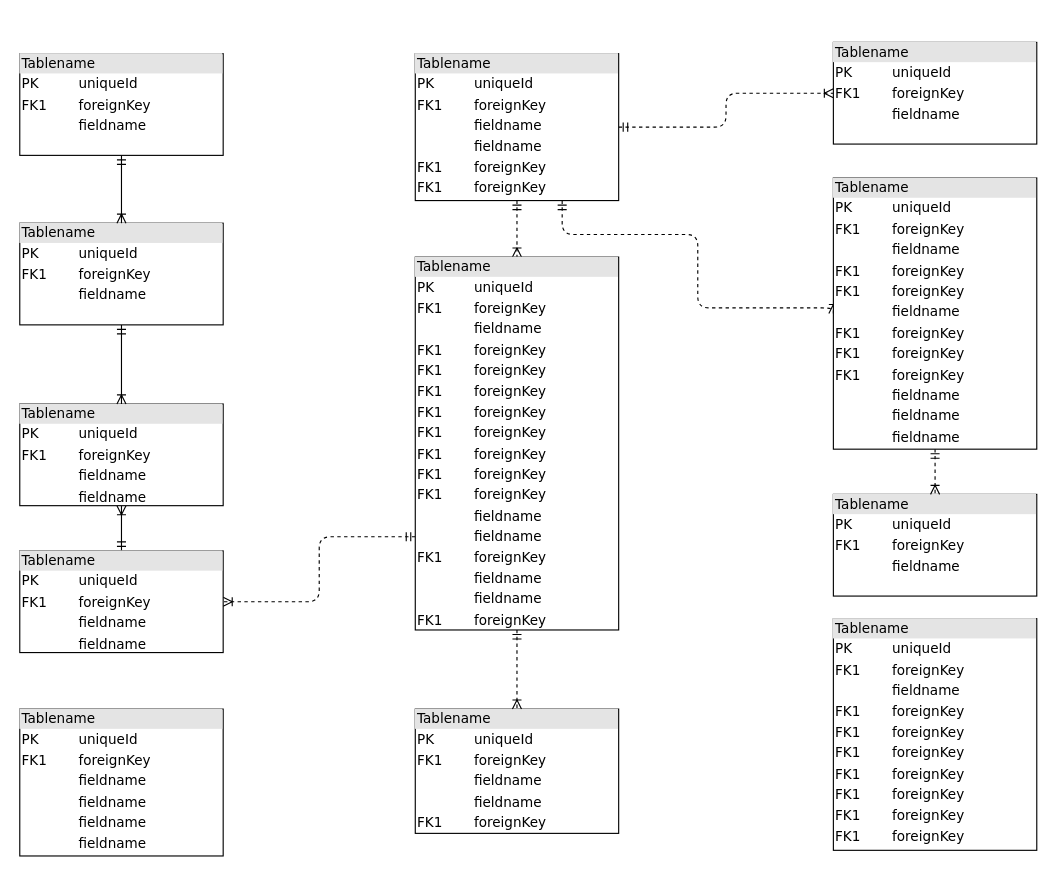
This is Untitled Diagram.drawio from nummy/blog, a draw.io file, before an edit. Source tidied: cells renumbered, new cells numbered last; positions are measured from the earlier drawing's top-left corner, leaving out a move shared by most shapes. Both pictures are drawn from the tidied source at 113%, with x=0, y=0 at pixel (19, 42).
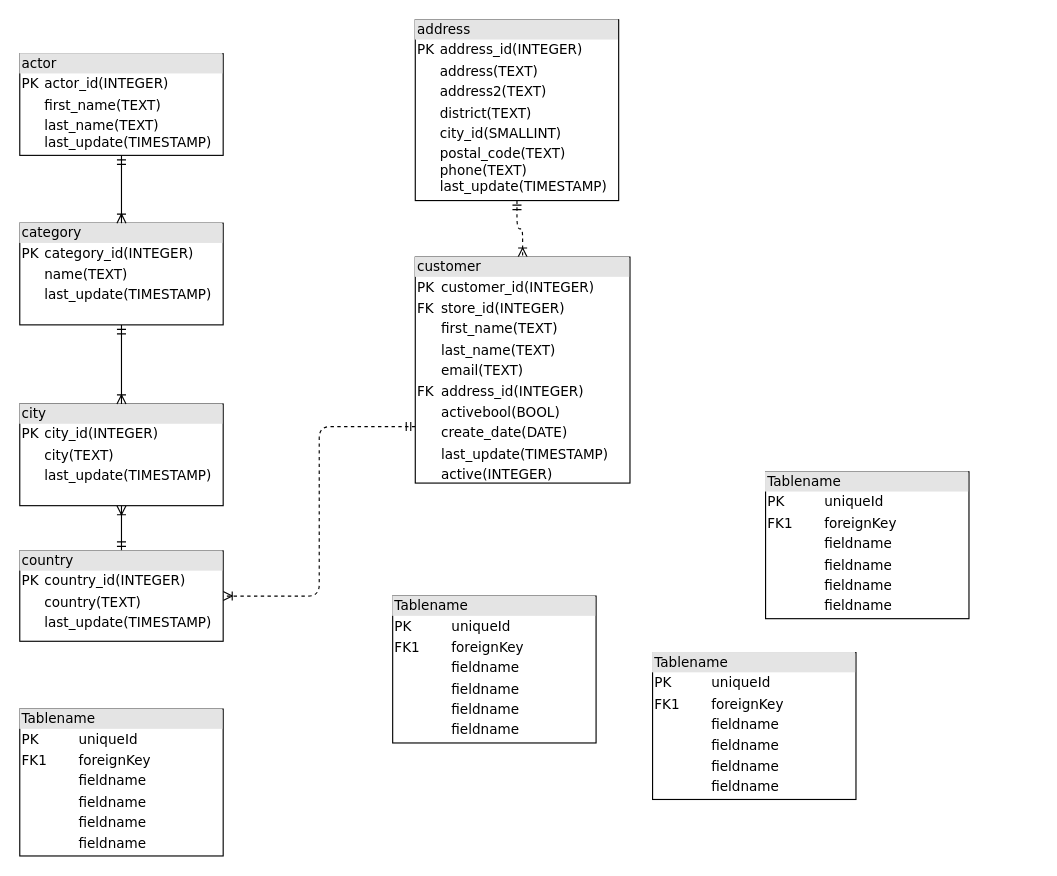
The same diagram, later.

Diff of the diagram source:
```diff
@@
-    <mxCell id="2" value="&lt;div style=&quot;box-sizing:border-box;width:100%;background:#e4e4e4;padding:2px;&quot;&gt;Tablename&lt;/div&gt;&lt;table style=&quot;width:100%;font-size:1em;&quot; cellpadding=&quot;2&quot; cellspacing=&quot;0&quot;&gt;&lt;tr&gt;&lt;td&gt;PK&lt;/td&gt;&lt;td&gt;uniqueId&lt;/td&gt;&lt;/tr&gt;&lt;tr&gt;&lt;td&gt;FK1&lt;/td&gt;&lt;td&gt;foreignKey&lt;/td&gt;&lt;/tr&gt;&lt;tr&gt;&lt;td&gt;&lt;/td&gt;&lt;td&gt;fieldname&lt;/td&gt;&lt;/tr&gt;&lt;/table&gt;" style="verticalAlign=top;align=left;overflow=fill;html=1;rounded=0;shadow=0;comic=0;labelBackgroundColor=none;strokeWidth=1;fontFamily=Verdana;fontSize=12;" parent="1" vertex="1">
+    <mxCell id="2" value="&lt;div style=&quot;box-sizing: border-box ; width: 100% ; background: #e4e4e4 ; padding: 2px&quot;&gt;actor&lt;/div&gt;&lt;table style=&quot;width: 100% ; font-size: 1em&quot; cellpadding=&quot;2&quot; cellspacing=&quot;0&quot;&gt;&lt;tbody&gt;&lt;tr&gt;&lt;td&gt;PK&lt;/td&gt;&lt;td&gt;actor_id(INTEGER)&lt;/td&gt;&lt;/tr&gt;&lt;tr&gt;&lt;td&gt;&lt;br&gt;&lt;/td&gt;&lt;td&gt;first_name(TEXT)&lt;/td&gt;&lt;/tr&gt;&lt;tr&gt;&lt;td&gt;&lt;/td&gt;&lt;td&gt;last_name(TEXT)&lt;br&gt;last_update(TIMESTAMP)&lt;/td&gt;&lt;/tr&gt;&lt;/tbody&gt;&lt;/table&gt;" style="verticalAlign=top;align=left;overflow=fill;html=1;rounded=0;shadow=0;comic=0;labelBackgroundColor=none;strokeWidth=1;fontFamily=Verdana;fontSize=12;" parent="1" vertex="1">
       <mxGeometry y="10" width="180" height="90" as="geometry" />
     </mxCell>
@@
-    <mxCell id="4" style="edgeStyle=orthogonalEdgeStyle;html=1;dashed=1;labelBackgroundColor=none;startArrow=ERmandOne;endArrow=ERoneToMany;fontFamily=Verdana;fontSize=12;align=left;entryX=0;entryY=0.5;" parent="1" edge="1" source="6" target="19">
-      <mxGeometry relative="1" as="geometry">
-        <Array as="points">
-          <mxPoint x="480" y="170" />
-          <mxPoint x="600" y="170" />
-          <mxPoint x="600" y="235" />
-        </Array>
-      </mxGeometry>
-    </mxCell>
-    <mxCell id="5" style="edgeStyle=orthogonalEdgeStyle;html=1;dashed=1;labelBackgroundColor=none;startArrow=ERmandOne;endArrow=ERoneToMany;fontFamily=Verdana;fontSize=12;align=left;" parent="1" edge="1" source="6" target="20">
-      <mxGeometry relative="1" as="geometry" />
-    </mxCell>
-    <mxCell id="6" value="&lt;div style=&quot;box-sizing: border-box ; width: 100% ; background: #e4e4e4 ; padding: 2px&quot;&gt;Tablename&lt;/div&gt;&lt;table style=&quot;width: 100% ; font-size: 1em&quot; cellpadding=&quot;2&quot; cellspacing=&quot;0&quot;&gt;&lt;tbody&gt;&lt;tr&gt;&lt;td&gt;PK&lt;/td&gt;&lt;td&gt;uniqueId&lt;/td&gt;&lt;/tr&gt;&lt;tr&gt;&lt;td&gt;FK1&lt;/td&gt;&lt;td&gt;foreignKey&lt;/td&gt;&lt;/tr&gt;&lt;tr&gt;&lt;td&gt;&lt;/td&gt;&lt;td&gt;fieldname&lt;/td&gt;&lt;/tr&gt;&lt;tr&gt;&lt;td&gt;&lt;br&gt;&lt;/td&gt;&lt;td&gt;fieldname&lt;br&gt;&lt;/td&gt;&lt;/tr&gt;&lt;tr&gt;&lt;td&gt;FK1&lt;br&gt;&lt;/td&gt;&lt;td&gt;foreignKey&lt;br&gt;&lt;/td&gt;&lt;/tr&gt;&lt;tr&gt;&lt;td&gt;FK1&lt;br&gt;&lt;/td&gt;&lt;td&gt;foreignKey&lt;br&gt;&lt;/td&gt;&lt;/tr&gt;&lt;/tbody&gt;&lt;/table&gt;" style="verticalAlign=top;align=left;overflow=fill;html=1;rounded=0;shadow=0;comic=0;labelBackgroundColor=none;strokeWidth=1;fontFamily=Verdana;fontSize=12;" parent="1" vertex="1">
-      <mxGeometry x="350" y="10" width="180" height="130" as="geometry" />
+    <mxCell id="6" value="&lt;div style=&quot;box-sizing: border-box ; width: 100% ; background: #e4e4e4 ; padding: 2px&quot;&gt;address&lt;/div&gt;&lt;table style=&quot;width: 100% ; font-size: 1em&quot; cellpadding=&quot;2&quot; cellspacing=&quot;0&quot;&gt;&lt;tbody&gt;&lt;tr&gt;&lt;td&gt;PK&lt;/td&gt;&lt;td&gt;address_id(INTEGER)&lt;/td&gt;&lt;/tr&gt;&lt;tr&gt;&lt;td&gt;&lt;br&gt;&lt;/td&gt;&lt;td&gt;address(TEXT)&lt;/td&gt;&lt;/tr&gt;&lt;tr&gt;&lt;td&gt;&lt;/td&gt;&lt;td&gt;address2(TEXT)&lt;/td&gt;&lt;/tr&gt;&lt;tr&gt;&lt;td&gt;&lt;br&gt;&lt;/td&gt;&lt;td&gt;district(TEXT)&lt;br&gt;&lt;/td&gt;&lt;/tr&gt;&lt;tr&gt;&lt;td&gt;&lt;br&gt;&lt;/td&gt;&lt;td&gt;city_id(SMALLINT)&lt;/td&gt;&lt;/tr&gt;&lt;tr&gt;&lt;td&gt;&lt;br&gt;&lt;/td&gt;&lt;td&gt;postal_code(TEXT)&lt;br&gt;phone(TEXT)&lt;br&gt;last_update(TIMESTAMP)&lt;/td&gt;&lt;/tr&gt;&lt;/tbody&gt;&lt;/table&gt;" style="verticalAlign=top;align=left;overflow=fill;html=1;rounded=0;shadow=0;comic=0;labelBackgroundColor=none;strokeWidth=1;fontFamily=Verdana;fontSize=12;" parent="1" vertex="1">
+      <mxGeometry x="350" y="-20" width="180" height="160" as="geometry" />
     </mxCell>
@@
-    <mxCell id="9" value="&lt;div style=&quot;box-sizing: border-box ; width: 100% ; background: #e4e4e4 ; padding: 2px&quot;&gt;Tablename&lt;/div&gt;&lt;table style=&quot;width: 100% ; font-size: 1em&quot; cellpadding=&quot;2&quot; cellspacing=&quot;0&quot;&gt;&lt;tbody&gt;&lt;tr&gt;&lt;td&gt;PK&lt;/td&gt;&lt;td&gt;uniqueId&lt;/td&gt;&lt;/tr&gt;&lt;tr&gt;&lt;td&gt;FK1&lt;/td&gt;&lt;td&gt;foreignKey&lt;/td&gt;&lt;/tr&gt;&lt;tr&gt;&lt;td&gt;&lt;/td&gt;&lt;td&gt;fieldname&lt;/td&gt;&lt;/tr&gt;&lt;tr&gt;&lt;td&gt;&lt;br&gt;&lt;/td&gt;&lt;td&gt;fieldname&lt;br&gt;&lt;/td&gt;&lt;/tr&gt;&lt;/tbody&gt;&lt;/table&gt;" style="verticalAlign=top;align=left;overflow=fill;html=1;rounded=0;shadow=0;comic=0;labelBackgroundColor=none;strokeWidth=1;fontFamily=Verdana;fontSize=12;" parent="1" vertex="1">
-      <mxGeometry y="450" width="180" height="90" as="geometry" />
+    <mxCell id="9" value="&lt;div style=&quot;box-sizing: border-box ; width: 100% ; background: #e4e4e4 ; padding: 2px&quot;&gt;country&lt;/div&gt;&lt;table style=&quot;width: 100% ; font-size: 1em&quot; cellpadding=&quot;2&quot; cellspacing=&quot;0&quot;&gt;&lt;tbody&gt;&lt;tr&gt;&lt;td&gt;PK&lt;/td&gt;&lt;td&gt;country_id(INTEGER)&lt;/td&gt;&lt;/tr&gt;&lt;tr&gt;&lt;td&gt;&lt;br&gt;&lt;/td&gt;&lt;td&gt;country(TEXT)&lt;/td&gt;&lt;/tr&gt;&lt;tr&gt;&lt;td&gt;&lt;/td&gt;&lt;td&gt;last_update(TIMESTAMP)&lt;/td&gt;&lt;/tr&gt;&lt;tr&gt;&lt;td&gt;&lt;br&gt;&lt;/td&gt;&lt;td&gt;&lt;br&gt;&lt;/td&gt;&lt;/tr&gt;&lt;/tbody&gt;&lt;/table&gt;" style="verticalAlign=top;align=left;overflow=fill;html=1;rounded=0;shadow=0;comic=0;labelBackgroundColor=none;strokeWidth=1;fontFamily=Verdana;fontSize=12;" parent="1" vertex="1">
+      <mxGeometry y="450" width="180" height="80" as="geometry" />
     </mxCell>
-    <mxCell id="10" value="&lt;div style=&quot;box-sizing: border-box ; width: 100% ; background: #e4e4e4 ; padding: 2px&quot;&gt;Tablename&lt;/div&gt;&lt;table style=&quot;width: 100% ; font-size: 1em&quot; cellpadding=&quot;2&quot; cellspacing=&quot;0&quot;&gt;&lt;tbody&gt;&lt;tr&gt;&lt;td&gt;PK&lt;/td&gt;&lt;td&gt;uniqueId&lt;/td&gt;&lt;/tr&gt;&lt;tr&gt;&lt;td&gt;FK1&lt;/td&gt;&lt;td&gt;foreignKey&lt;/td&gt;&lt;/tr&gt;&lt;tr&gt;&lt;td&gt;&lt;/td&gt;&lt;td&gt;fieldname&lt;/td&gt;&lt;/tr&gt;&lt;tr&gt;&lt;td&gt;&lt;br&gt;&lt;/td&gt;&lt;td&gt;fieldname&lt;br&gt;&lt;/td&gt;&lt;/tr&gt;&lt;/tbody&gt;&lt;/table&gt;" style="verticalAlign=top;align=left;overflow=fill;html=1;rounded=0;shadow=0;comic=0;labelBackgroundColor=none;strokeWidth=1;fontFamily=Verdana;fontSize=12;" parent="1" vertex="1">
+    <mxCell id="10" value="&lt;div style=&quot;box-sizing: border-box ; width: 100% ; background: #e4e4e4 ; padding: 2px&quot;&gt;city&lt;/div&gt;&lt;table style=&quot;width: 100% ; font-size: 1em&quot; cellpadding=&quot;2&quot; cellspacing=&quot;0&quot;&gt;&lt;tbody&gt;&lt;tr&gt;&lt;td&gt;PK&lt;/td&gt;&lt;td&gt;city_id(INTEGER)&lt;/td&gt;&lt;/tr&gt;&lt;tr&gt;&lt;td&gt;&lt;br&gt;&lt;/td&gt;&lt;td&gt;city(TEXT)&lt;/td&gt;&lt;/tr&gt;&lt;tr&gt;&lt;td&gt;&lt;/td&gt;&lt;td&gt;last_update(TIMESTAMP)&lt;/td&gt;&lt;/tr&gt;&lt;tr&gt;&lt;td&gt;&lt;br&gt;&lt;/td&gt;&lt;td&gt;&lt;br&gt;&lt;/td&gt;&lt;/tr&gt;&lt;/tbody&gt;&lt;/table&gt;" style="verticalAlign=top;align=left;overflow=fill;html=1;rounded=0;shadow=0;comic=0;labelBackgroundColor=none;strokeWidth=1;fontFamily=Verdana;fontSize=12;" parent="1" vertex="1">
       <mxGeometry y="320" width="180" height="90" as="geometry" />
     </mxCell>
@@
-    <mxCell id="12" value="&lt;div style=&quot;box-sizing:border-box;width:100%;background:#e4e4e4;padding:2px;&quot;&gt;Tablename&lt;/div&gt;&lt;table style=&quot;width:100%;font-size:1em;&quot; cellpadding=&quot;2&quot; cellspacing=&quot;0&quot;&gt;&lt;tr&gt;&lt;td&gt;PK&lt;/td&gt;&lt;td&gt;uniqueId&lt;/td&gt;&lt;/tr&gt;&lt;tr&gt;&lt;td&gt;FK1&lt;/td&gt;&lt;td&gt;foreignKey&lt;/td&gt;&lt;/tr&gt;&lt;tr&gt;&lt;td&gt;&lt;/td&gt;&lt;td&gt;fieldname&lt;/td&gt;&lt;/tr&gt;&lt;/table&gt;" style="verticalAlign=top;align=left;overflow=fill;html=1;rounded=0;shadow=0;comic=0;labelBackgroundColor=none;strokeWidth=1;fontFamily=Verdana;fontSize=12;" parent="1" vertex="1">
+    <mxCell id="12" value="&lt;div style=&quot;box-sizing: border-box ; width: 100% ; background: #e4e4e4 ; padding: 2px&quot;&gt;category&lt;/div&gt;&lt;table style=&quot;width: 100% ; font-size: 1em&quot; cellpadding=&quot;2&quot; cellspacing=&quot;0&quot;&gt;&lt;tbody&gt;&lt;tr&gt;&lt;td&gt;PK&lt;/td&gt;&lt;td&gt;category_id(INTEGER)&lt;/td&gt;&lt;/tr&gt;&lt;tr&gt;&lt;td&gt;&lt;br&gt;&lt;/td&gt;&lt;td&gt;name(TEXT)&lt;/td&gt;&lt;/tr&gt;&lt;tr&gt;&lt;td&gt;&lt;/td&gt;&lt;td&gt;last_update(TIMESTAMP)&lt;/td&gt;&lt;/tr&gt;&lt;/tbody&gt;&lt;/table&gt;" style="verticalAlign=top;align=left;overflow=fill;html=1;rounded=0;shadow=0;comic=0;labelBackgroundColor=none;strokeWidth=1;fontFamily=Verdana;fontSize=12;" parent="1" vertex="1">
       <mxGeometry y="160" width="180" height="90" as="geometry" />
     </mxCell>
-    <mxCell id="13" value="&lt;div style=&quot;box-sizing: border-box ; width: 100% ; background: #e4e4e4 ; padding: 2px&quot;&gt;Tablename&lt;/div&gt;&lt;table style=&quot;width: 100% ; font-size: 1em&quot; cellpadding=&quot;2&quot; cellspacing=&quot;0&quot;&gt;&lt;tbody&gt;&lt;tr&gt;&lt;td&gt;PK&lt;/td&gt;&lt;td&gt;uniqueId&lt;/td&gt;&lt;/tr&gt;&lt;tr&gt;&lt;td&gt;FK1&lt;/td&gt;&lt;td&gt;foreignKey&lt;/td&gt;&lt;/tr&gt;&lt;tr&gt;&lt;td&gt;&lt;/td&gt;&lt;td&gt;fieldname&lt;/td&gt;&lt;/tr&gt;&lt;tr&gt;&lt;td&gt;FK1&lt;br&gt;&lt;/td&gt;&lt;td&gt;foreignKey&lt;br&gt;&lt;/td&gt;&lt;/tr&gt;&lt;tr&gt;&lt;td&gt;FK1&lt;br&gt;&lt;/td&gt;&lt;td&gt;foreignKey&lt;br&gt;&lt;/td&gt;&lt;/tr&gt;&lt;tr&gt;&lt;td&gt;FK1&lt;br&gt;&lt;/td&gt;&lt;td&gt;foreignKey&lt;br&gt;&lt;/td&gt;&lt;/tr&gt;&lt;tr&gt;&lt;td&gt;FK1&lt;br&gt;&lt;/td&gt;&lt;td&gt;foreignKey&lt;br&gt;&lt;/td&gt;&lt;/tr&gt;&lt;tr&gt;&lt;td&gt;FK1&lt;br&gt;&lt;/td&gt;&lt;td&gt;foreignKey&lt;br&gt;&lt;/td&gt;&lt;/tr&gt;&lt;tr&gt;&lt;td&gt;FK1&lt;br&gt;&lt;/td&gt;&lt;td&gt;foreignKey&lt;br&gt;&lt;/td&gt;&lt;/tr&gt;&lt;tr&gt;&lt;td&gt;FK1&lt;br&gt;&lt;/td&gt;&lt;td&gt;foreignKey&lt;br&gt;&lt;/td&gt;&lt;/tr&gt;&lt;/tbody&gt;&lt;/table&gt;" style="verticalAlign=top;align=left;overflow=fill;html=1;rounded=0;shadow=0;comic=0;labelBackgroundColor=none;strokeWidth=1;fontFamily=Verdana;fontSize=12;" parent="1" vertex="1">
-      <mxGeometry x="720" y="510" width="180" height="205" as="geometry" />
-    </mxCell>
-    <mxCell id="14" value="&lt;div style=&quot;box-sizing: border-box ; width: 100% ; background: #e4e4e4 ; padding: 2px&quot;&gt;Tablename&lt;/div&gt;&lt;table style=&quot;width: 100% ; font-size: 1em&quot; cellpadding=&quot;2&quot; cellspacing=&quot;0&quot;&gt;&lt;tbody&gt;&lt;tr&gt;&lt;td&gt;PK&lt;/td&gt;&lt;td&gt;uniqueId&lt;/td&gt;&lt;/tr&gt;&lt;tr&gt;&lt;td&gt;FK1&lt;/td&gt;&lt;td&gt;foreignKey&lt;/td&gt;&lt;/tr&gt;&lt;tr&gt;&lt;td&gt;&lt;/td&gt;&lt;td&gt;fieldname&lt;/td&gt;&lt;/tr&gt;&lt;tr&gt;&lt;td&gt;&lt;br&gt;&lt;/td&gt;&lt;td&gt;fieldname&lt;br&gt;&lt;/td&gt;&lt;/tr&gt;&lt;tr&gt;&lt;td&gt;FK1&lt;br&gt;&lt;/td&gt;&lt;td&gt;foreignKey&lt;br&gt;&lt;/td&gt;&lt;/tr&gt;&lt;/tbody&gt;&lt;/table&gt;" style="verticalAlign=top;align=left;overflow=fill;html=1;rounded=0;shadow=0;comic=0;labelBackgroundColor=none;strokeWidth=1;fontFamily=Verdana;fontSize=12;" parent="1" vertex="1">
-      <mxGeometry x="350" y="590" width="180" height="110" as="geometry" />
-    </mxCell>
-    <mxCell id="15" style="edgeStyle=orthogonalEdgeStyle;html=1;entryX=0.5;entryY=0;labelBackgroundColor=none;startArrow=ERmandOne;endArrow=ERoneToMany;fontFamily=Verdana;fontSize=12;align=left;dashed=1;" parent="1" edge="1" source="16" target="14">
-      <mxGeometry relative="1" as="geometry" />
-    </mxCell>
-    <mxCell id="16" value="&lt;div style=&quot;box-sizing: border-box ; width: 100% ; background: #e4e4e4 ; padding: 2px&quot;&gt;Tablename&lt;/div&gt;&lt;table style=&quot;width: 100% ; font-size: 1em&quot; cellpadding=&quot;2&quot; cellspacing=&quot;0&quot;&gt;&lt;tbody&gt;&lt;tr&gt;&lt;td&gt;PK&lt;/td&gt;&lt;td&gt;uniqueId&lt;/td&gt;&lt;/tr&gt;&lt;tr&gt;&lt;td&gt;FK1&lt;/td&gt;&lt;td&gt;foreignKey&lt;/td&gt;&lt;/tr&gt;&lt;tr&gt;&lt;td&gt;&lt;/td&gt;&lt;td&gt;fieldname&lt;/td&gt;&lt;/tr&gt;&lt;tr&gt;&lt;td&gt;FK1&lt;br&gt;&lt;/td&gt;&lt;td&gt;foreignKey&lt;br&gt;&lt;/td&gt;&lt;/tr&gt;&lt;tr&gt;&lt;td&gt;FK1&lt;br&gt;&lt;/td&gt;&lt;td&gt;foreignKey&lt;br&gt;&lt;/td&gt;&lt;/tr&gt;&lt;tr&gt;&lt;td&gt;FK1&lt;br&gt;&lt;/td&gt;&lt;td&gt;foreignKey&lt;br&gt;&lt;/td&gt;&lt;/tr&gt;&lt;tr&gt;&lt;td&gt;FK1&lt;br&gt;&lt;/td&gt;&lt;td&gt;foreignKey&lt;br&gt;&lt;/td&gt;&lt;/tr&gt;&lt;tr&gt;&lt;td&gt;FK1&lt;br&gt;&lt;/td&gt;&lt;td&gt;foreignKey&lt;br&gt;&lt;/td&gt;&lt;/tr&gt;&lt;tr&gt;&lt;td&gt;FK1&lt;br&gt;&lt;/td&gt;&lt;td&gt;foreignKey&lt;br&gt;&lt;/td&gt;&lt;/tr&gt;&lt;tr&gt;&lt;td&gt;FK1&lt;br&gt;&lt;/td&gt;&lt;td&gt;foreignKey&lt;br&gt;&lt;/td&gt;&lt;/tr&gt;&lt;tr&gt;&lt;td&gt;FK1&lt;br&gt;&lt;/td&gt;&lt;td&gt;foreignKey&lt;br&gt;&lt;/td&gt;&lt;/tr&gt;&lt;tr&gt;&lt;td&gt;&lt;br&gt;&lt;/td&gt;&lt;td&gt;fieldname&lt;br&gt;&lt;/td&gt;&lt;/tr&gt;&lt;tr&gt;&lt;td&gt;&lt;br&gt;&lt;/td&gt;&lt;td&gt;fieldname&lt;br&gt;&lt;/td&gt;&lt;/tr&gt;&lt;tr&gt;&lt;td&gt;FK1&lt;br&gt;&lt;/td&gt;&lt;td&gt;foreignKey&lt;br&gt;&lt;/td&gt;&lt;/tr&gt;&lt;tr&gt;&lt;td&gt;&lt;br&gt;&lt;/td&gt;&lt;td&gt;fieldname&lt;br&gt;&lt;/td&gt;&lt;/tr&gt;&lt;tr&gt;&lt;td&gt;&lt;br&gt;&lt;/td&gt;&lt;td&gt;fieldname&lt;br&gt;&lt;/td&gt;&lt;/tr&gt;&lt;tr&gt;&lt;td&gt;FK1&lt;br&gt;&lt;/td&gt;&lt;td&gt;foreignKey&lt;br&gt;&lt;/td&gt;&lt;/tr&gt;&lt;/tbody&gt;&lt;/table&gt;" style="verticalAlign=top;align=left;overflow=fill;html=1;rounded=0;shadow=0;comic=0;labelBackgroundColor=none;strokeWidth=1;fontFamily=Verdana;fontSize=12;" parent="1" vertex="1">
-      <mxGeometry x="350" y="190" width="180" height="330" as="geometry" />
+    <mxCell id="16" value="&lt;div style=&quot;box-sizing: border-box ; width: 100% ; background: #e4e4e4 ; padding: 2px&quot;&gt;customer&lt;/div&gt;&lt;table style=&quot;width: 100% ; font-size: 1em&quot; cellpadding=&quot;2&quot; cellspacing=&quot;0&quot;&gt;&lt;tbody&gt;&lt;tr&gt;&lt;td&gt;PK&lt;/td&gt;&lt;td&gt;customer_id(INTEGER)&lt;/td&gt;&lt;/tr&gt;&lt;tr&gt;&lt;td&gt;FK&lt;/td&gt;&lt;td&gt;store_id(INTEGER)&lt;/td&gt;&lt;/tr&gt;&lt;tr&gt;&lt;td&gt;&lt;/td&gt;&lt;td&gt;first_name(TEXT)&lt;/td&gt;&lt;/tr&gt;&lt;tr&gt;&lt;td&gt;&lt;br&gt;&lt;/td&gt;&lt;td&gt;last_name(TEXT)&lt;br&gt;&lt;/td&gt;&lt;/tr&gt;&lt;tr&gt;&lt;td&gt;&lt;br&gt;&lt;/td&gt;&lt;td&gt;email(TEXT)&lt;br&gt;&lt;/td&gt;&lt;/tr&gt;&lt;tr&gt;&lt;td&gt;FK&lt;br&gt;&lt;/td&gt;&lt;td&gt;address_id(INTEGER)&lt;br&gt;&lt;/td&gt;&lt;/tr&gt;&lt;tr&gt;&lt;td&gt;&lt;br&gt;&lt;/td&gt;&lt;td&gt;activebool(BOOL)&lt;br&gt;&lt;/td&gt;&lt;/tr&gt;&lt;tr&gt;&lt;td&gt;&lt;br&gt;&lt;/td&gt;&lt;td&gt;create_date(DATE)&lt;/td&gt;&lt;/tr&gt;&lt;tr&gt;&lt;td&gt;&lt;br&gt;&lt;/td&gt;&lt;td&gt;last_update(TIMESTAMP)&lt;/td&gt;&lt;/tr&gt;&lt;tr&gt;&lt;td&gt;&lt;br&gt;&lt;/td&gt;&lt;td&gt;active(INTEGER)&lt;/td&gt;&lt;/tr&gt;&lt;tr&gt;&lt;td&gt;&lt;/td&gt;&lt;td&gt;&lt;/td&gt;&lt;/tr&gt;&lt;/tbody&gt;&lt;/table&gt;" style="verticalAlign=top;align=left;overflow=fill;html=1;rounded=0;shadow=0;comic=0;labelBackgroundColor=none;strokeWidth=1;fontFamily=Verdana;fontSize=12;" parent="1" vertex="1">
+      <mxGeometry x="350" y="190" width="190" height="200" as="geometry" />
     </mxCell>
-    <mxCell id="17" value="&lt;div style=&quot;box-sizing:border-box;width:100%;background:#e4e4e4;padding:2px;&quot;&gt;Tablename&lt;/div&gt;&lt;table style=&quot;width:100%;font-size:1em;&quot; cellpadding=&quot;2&quot; cellspacing=&quot;0&quot;&gt;&lt;tr&gt;&lt;td&gt;PK&lt;/td&gt;&lt;td&gt;uniqueId&lt;/td&gt;&lt;/tr&gt;&lt;tr&gt;&lt;td&gt;FK1&lt;/td&gt;&lt;td&gt;foreignKey&lt;/td&gt;&lt;/tr&gt;&lt;tr&gt;&lt;td&gt;&lt;/td&gt;&lt;td&gt;fieldname&lt;/td&gt;&lt;/tr&gt;&lt;/table&gt;" style="verticalAlign=top;align=left;overflow=fill;html=1;rounded=0;shadow=0;comic=0;labelBackgroundColor=none;strokeWidth=1;fontFamily=Verdana;fontSize=12;" parent="1" vertex="1">
-      <mxGeometry x="720" y="400" width="180" height="90" as="geometry" />
-    </mxCell>
-    <mxCell id="18" style="edgeStyle=orthogonalEdgeStyle;html=1;entryX=0.5;entryY=0;dashed=1;labelBackgroundColor=none;startArrow=ERmandOne;endArrow=ERoneToMany;fontFamily=Verdana;fontSize=12;align=left;" parent="1" edge="1" source="19" target="17">
-      <mxGeometry relative="1" as="geometry" />
-    </mxCell>
-    <mxCell id="19" value="&lt;div style=&quot;box-sizing: border-box ; width: 100% ; background: #e4e4e4 ; padding: 2px&quot;&gt;Tablename&lt;/div&gt;&lt;table style=&quot;width: 100% ; font-size: 1em&quot; cellpadding=&quot;2&quot; cellspacing=&quot;0&quot;&gt;&lt;tbody&gt;&lt;tr&gt;&lt;td&gt;PK&lt;/td&gt;&lt;td&gt;uniqueId&lt;/td&gt;&lt;/tr&gt;&lt;tr&gt;&lt;td&gt;FK1&lt;/td&gt;&lt;td&gt;foreignKey&lt;/td&gt;&lt;/tr&gt;&lt;tr&gt;&lt;td&gt;&lt;/td&gt;&lt;td&gt;fieldname&lt;/td&gt;&lt;/tr&gt;&lt;tr&gt;&lt;td&gt;FK1&lt;br&gt;&lt;/td&gt;&lt;td&gt;foreignKey&lt;br&gt;&lt;/td&gt;&lt;/tr&gt;&lt;tr&gt;&lt;td&gt;FK1&lt;br&gt;&lt;/td&gt;&lt;td&gt;foreignKey&lt;br&gt;&lt;/td&gt;&lt;/tr&gt;&lt;tr&gt;&lt;td&gt;&lt;br&gt;&lt;/td&gt;&lt;td&gt;fieldname&lt;br&gt;&lt;/td&gt;&lt;/tr&gt;&lt;tr&gt;&lt;td&gt;FK1&lt;br&gt;&lt;/td&gt;&lt;td&gt;foreignKey&lt;br&gt;&lt;/td&gt;&lt;/tr&gt;&lt;tr&gt;&lt;td&gt;FK1&lt;br&gt;&lt;/td&gt;&lt;td&gt;foreignKey&lt;br&gt;&lt;/td&gt;&lt;/tr&gt;&lt;tr&gt;&lt;td&gt;FK1&lt;br&gt;&lt;/td&gt;&lt;td&gt;foreignKey&lt;br&gt;&lt;/td&gt;&lt;/tr&gt;&lt;tr&gt;&lt;td&gt;&lt;br&gt;&lt;/td&gt;&lt;td&gt;fieldname&lt;br&gt;&lt;/td&gt;&lt;/tr&gt;&lt;tr&gt;&lt;td&gt;&lt;br&gt;&lt;/td&gt;&lt;td&gt;fieldname&lt;br&gt;&lt;/td&gt;&lt;/tr&gt;&lt;tr&gt;&lt;td&gt;&lt;br&gt;&lt;/td&gt;&lt;td&gt;fieldname&lt;br&gt;&lt;/td&gt;&lt;/tr&gt;&lt;/tbody&gt;&lt;/table&gt;" style="verticalAlign=top;align=left;overflow=fill;html=1;rounded=0;shadow=0;comic=0;labelBackgroundColor=none;strokeWidth=1;fontFamily=Verdana;fontSize=12;" parent="1" vertex="1">
-      <mxGeometry x="720" y="120" width="180" height="240" as="geometry" />
-    </mxCell>
-    <mxCell id="20" value="&lt;div style=&quot;box-sizing:border-box;width:100%;background:#e4e4e4;padding:2px;&quot;&gt;Tablename&lt;/div&gt;&lt;table style=&quot;width:100%;font-size:1em;&quot; cellpadding=&quot;2&quot; cellspacing=&quot;0&quot;&gt;&lt;tr&gt;&lt;td&gt;PK&lt;/td&gt;&lt;td&gt;uniqueId&lt;/td&gt;&lt;/tr&gt;&lt;tr&gt;&lt;td&gt;FK1&lt;/td&gt;&lt;td&gt;foreignKey&lt;/td&gt;&lt;/tr&gt;&lt;tr&gt;&lt;td&gt;&lt;/td&gt;&lt;td&gt;fieldname&lt;/td&gt;&lt;/tr&gt;&lt;/table&gt;" style="verticalAlign=top;align=left;overflow=fill;html=1;rounded=0;shadow=0;comic=0;labelBackgroundColor=none;strokeWidth=1;fontFamily=Verdana;fontSize=12;" parent="1" vertex="1">
-      <mxGeometry x="720" width="180" height="90" as="geometry" />
-    </mxCell>
@@
+    <mxCell id="23" value="&lt;div style=&quot;box-sizing: border-box ; width: 100% ; background: #e4e4e4 ; padding: 2px&quot;&gt;Tablename&lt;/div&gt;&lt;table style=&quot;width: 100% ; font-size: 1em&quot; cellpadding=&quot;2&quot; cellspacing=&quot;0&quot;&gt;&lt;tbody&gt;&lt;tr&gt;&lt;td&gt;PK&lt;/td&gt;&lt;td&gt;uniqueId&lt;/td&gt;&lt;/tr&gt;&lt;tr&gt;&lt;td&gt;FK1&lt;/td&gt;&lt;td&gt;foreignKey&lt;/td&gt;&lt;/tr&gt;&lt;tr&gt;&lt;td&gt;&lt;/td&gt;&lt;td&gt;fieldname&lt;/td&gt;&lt;/tr&gt;&lt;tr&gt;&lt;td&gt;&lt;br&gt;&lt;/td&gt;&lt;td&gt;fieldname&lt;br&gt;&lt;/td&gt;&lt;/tr&gt;&lt;tr&gt;&lt;td&gt;&lt;br&gt;&lt;/td&gt;&lt;td&gt;fieldname&lt;br&gt;&lt;/td&gt;&lt;/tr&gt;&lt;tr&gt;&lt;td&gt;&lt;br&gt;&lt;/td&gt;&lt;td&gt;fieldname&lt;br&gt;&lt;/td&gt;&lt;/tr&gt;&lt;/tbody&gt;&lt;/table&gt;" style="verticalAlign=top;align=left;overflow=fill;html=1;rounded=0;shadow=0;comic=0;labelBackgroundColor=none;strokeWidth=1;fontFamily=Verdana;fontSize=12;" parent="1" vertex="1">
+      <mxGeometry x="660" y="380" width="180" height="130" as="geometry" />
+    </mxCell>
+    <mxCell id="24" value="&lt;div style=&quot;box-sizing: border-box ; width: 100% ; background: #e4e4e4 ; padding: 2px&quot;&gt;Tablename&lt;/div&gt;&lt;table style=&quot;width: 100% ; font-size: 1em&quot; cellpadding=&quot;2&quot; cellspacing=&quot;0&quot;&gt;&lt;tbody&gt;&lt;tr&gt;&lt;td&gt;PK&lt;/td&gt;&lt;td&gt;uniqueId&lt;/td&gt;&lt;/tr&gt;&lt;tr&gt;&lt;td&gt;FK1&lt;/td&gt;&lt;td&gt;foreignKey&lt;/td&gt;&lt;/tr&gt;&lt;tr&gt;&lt;td&gt;&lt;/td&gt;&lt;td&gt;fieldname&lt;/td&gt;&lt;/tr&gt;&lt;tr&gt;&lt;td&gt;&lt;br&gt;&lt;/td&gt;&lt;td&gt;fieldname&lt;br&gt;&lt;/td&gt;&lt;/tr&gt;&lt;tr&gt;&lt;td&gt;&lt;br&gt;&lt;/td&gt;&lt;td&gt;fieldname&lt;br&gt;&lt;/td&gt;&lt;/tr&gt;&lt;tr&gt;&lt;td&gt;&lt;br&gt;&lt;/td&gt;&lt;td&gt;fieldname&lt;br&gt;&lt;/td&gt;&lt;/tr&gt;&lt;/tbody&gt;&lt;/table&gt;" style="verticalAlign=top;align=left;overflow=fill;html=1;rounded=0;shadow=0;comic=0;labelBackgroundColor=none;strokeWidth=1;fontFamily=Verdana;fontSize=12;" parent="1" vertex="1">
+      <mxGeometry x="330" y="490" width="180" height="130" as="geometry" />
+    </mxCell>
+    <mxCell id="25" value="&lt;div style=&quot;box-sizing: border-box ; width: 100% ; background: #e4e4e4 ; padding: 2px&quot;&gt;Tablename&lt;/div&gt;&lt;table style=&quot;width: 100% ; font-size: 1em&quot; cellpadding=&quot;2&quot; cellspacing=&quot;0&quot;&gt;&lt;tbody&gt;&lt;tr&gt;&lt;td&gt;PK&lt;/td&gt;&lt;td&gt;uniqueId&lt;/td&gt;&lt;/tr&gt;&lt;tr&gt;&lt;td&gt;FK1&lt;/td&gt;&lt;td&gt;foreignKey&lt;/td&gt;&lt;/tr&gt;&lt;tr&gt;&lt;td&gt;&lt;/td&gt;&lt;td&gt;fieldname&lt;/td&gt;&lt;/tr&gt;&lt;tr&gt;&lt;td&gt;&lt;br&gt;&lt;/td&gt;&lt;td&gt;fieldname&lt;br&gt;&lt;/td&gt;&lt;/tr&gt;&lt;tr&gt;&lt;td&gt;&lt;br&gt;&lt;/td&gt;&lt;td&gt;fieldname&lt;br&gt;&lt;/td&gt;&lt;/tr&gt;&lt;tr&gt;&lt;td&gt;&lt;br&gt;&lt;/td&gt;&lt;td&gt;fieldname&lt;br&gt;&lt;/td&gt;&lt;/tr&gt;&lt;/tbody&gt;&lt;/table&gt;" style="verticalAlign=top;align=left;overflow=fill;html=1;rounded=0;shadow=0;comic=0;labelBackgroundColor=none;strokeWidth=1;fontFamily=Verdana;fontSize=12;" parent="1" vertex="1">
+      <mxGeometry x="560" y="540" width="180" height="130" as="geometry" />
+    </mxCell>
```
